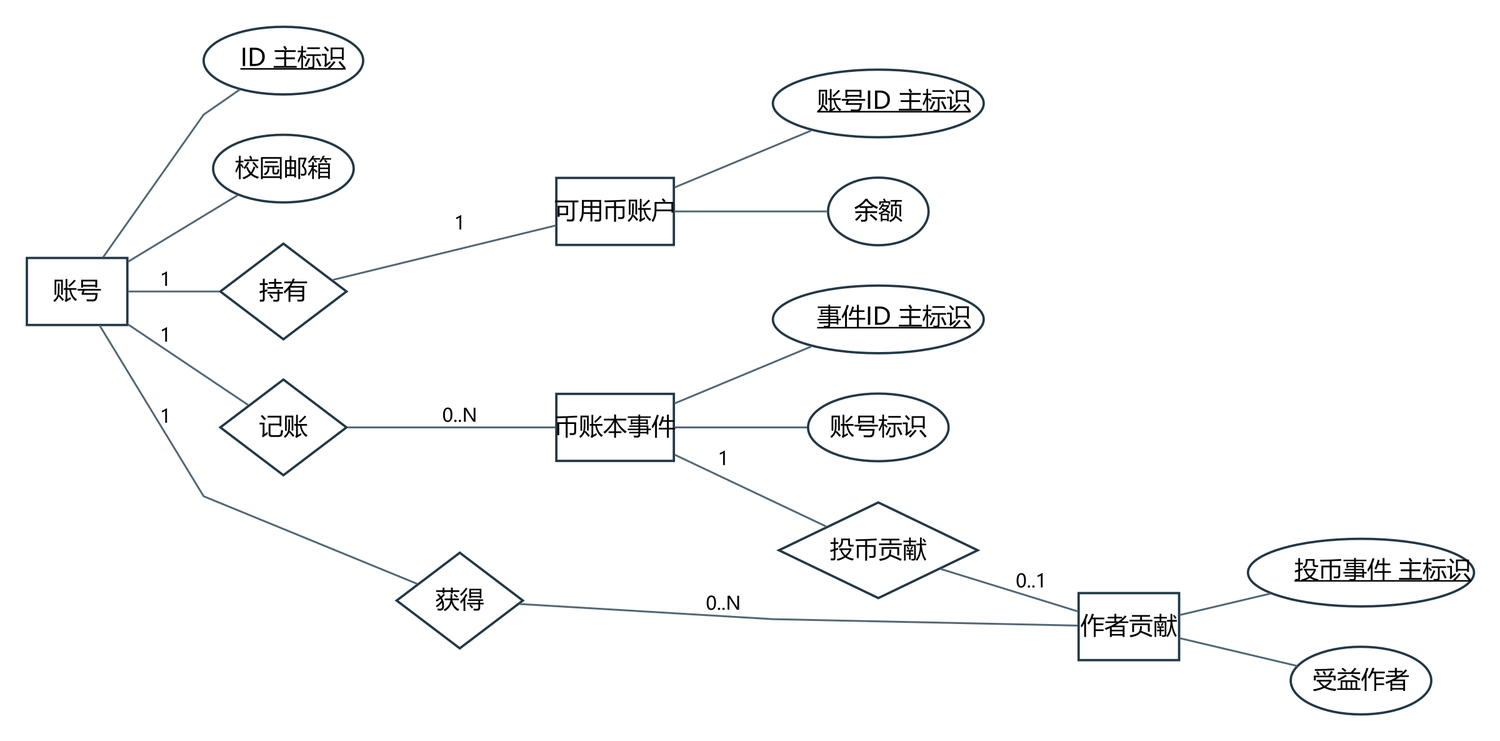
Above: docs/project/models/图表与模型/ER03B.png in jason-bitc/HZCU-CampusHub (Graphviz), before the change. Its source is kept beside it as docs/project/models/图表与模型/ER03B.dot. Its diagram source:
```dot
digraph G {
graph [rankdir=LR,nodesep=0.30,ranksep=0.48,bgcolor="white",splines=polyline,pad=0.20];
node [fontname="Microsoft YaHei",fontsize=13,color="#223846",penwidth=1.25,margin="0.10,0.07",style="rounded,filled",fillcolor="#F6F8FA"];
edge [fontname="Microsoft YaHei",fontsize=10,color="#526775",arrowsize=0.7];
"Account" [shape=box,label="账号",style="filled",fillcolor="white"];
"Wallet" [shape=box,label="可用币账户",style="filled",fillcolor="white"];
"CoinEntry" [shape=box,label="币账本事件",style="filled",fillcolor="white"];
"Contribution" [shape=box,label="作者贡献",style="filled",fillcolor="white"];
"Account_a0" [shape=ellipse,label=<<U>ID 主标识</U>>,style="filled",fillcolor="white"];
"Account_a1" [shape=ellipse,label="校园邮箱",style="filled",fillcolor="white"];
"Wallet_a0" [shape=ellipse,label=<<U>账号ID 主标识</U>>,style="filled",fillcolor="white"];
"Wallet_a1" [shape=ellipse,label="余额",style="filled",fillcolor="white"];
"CoinEntry_a0" [shape=ellipse,label=<<U>事件ID 主标识</U>>,style="filled",fillcolor="white"];
"CoinEntry_a1" [shape=ellipse,label="账号标识",style="filled",fillcolor="white"];
"Contribution_a0" [shape=ellipse,label=<<U>投币事件 主标识</U>>,style="filled",fillcolor="white"];
"Contribution_a1" [shape=ellipse,label="受益作者",style="filled",fillcolor="white"];
"rel12" [shape=diamond,label="持有",style="filled",fillcolor="white"];
"rel13" [shape=diamond,label="记账",style="filled",fillcolor="white"];
"rel14" [shape=diamond,label="投币贡献",style="filled",fillcolor="white"];
"rel15" [shape=diamond,label="获得",style="filled",fillcolor="white"];
"Account" -> "Account_a0" [label="",dir=none];
"Account" -> "Account_a1" [label="",dir=none];
"Wallet" -> "Wallet_a0" [label="",dir=none];
"Wallet" -> "Wallet_a1" [label="",dir=none];
"CoinEntry" -> "CoinEntry_a0" [label="",dir=none];
"CoinEntry" -> "CoinEntry_a1" [label="",dir=none];
"Contribution" -> "Contribution_a0" [label="",dir=none];
"Contribution" -> "Contribution_a1" [label="",dir=none];
"Account" -> "rel12" [label="1",dir=none];
"rel12" -> "Wallet" [label="1",dir=none];
"Account" -> "rel13" [label="1",dir=none];
"rel13" -> "CoinEntry" [label="0..N",dir=none];
"CoinEntry" -> "rel14" [label="1",dir=none];
"rel14" -> "Contribution" [label="0..1",dir=none];
"Account" -> "rel15" [label="1",dir=none];
"rel15" -> "Contribution" [label="0..N",dir=none];
}
```
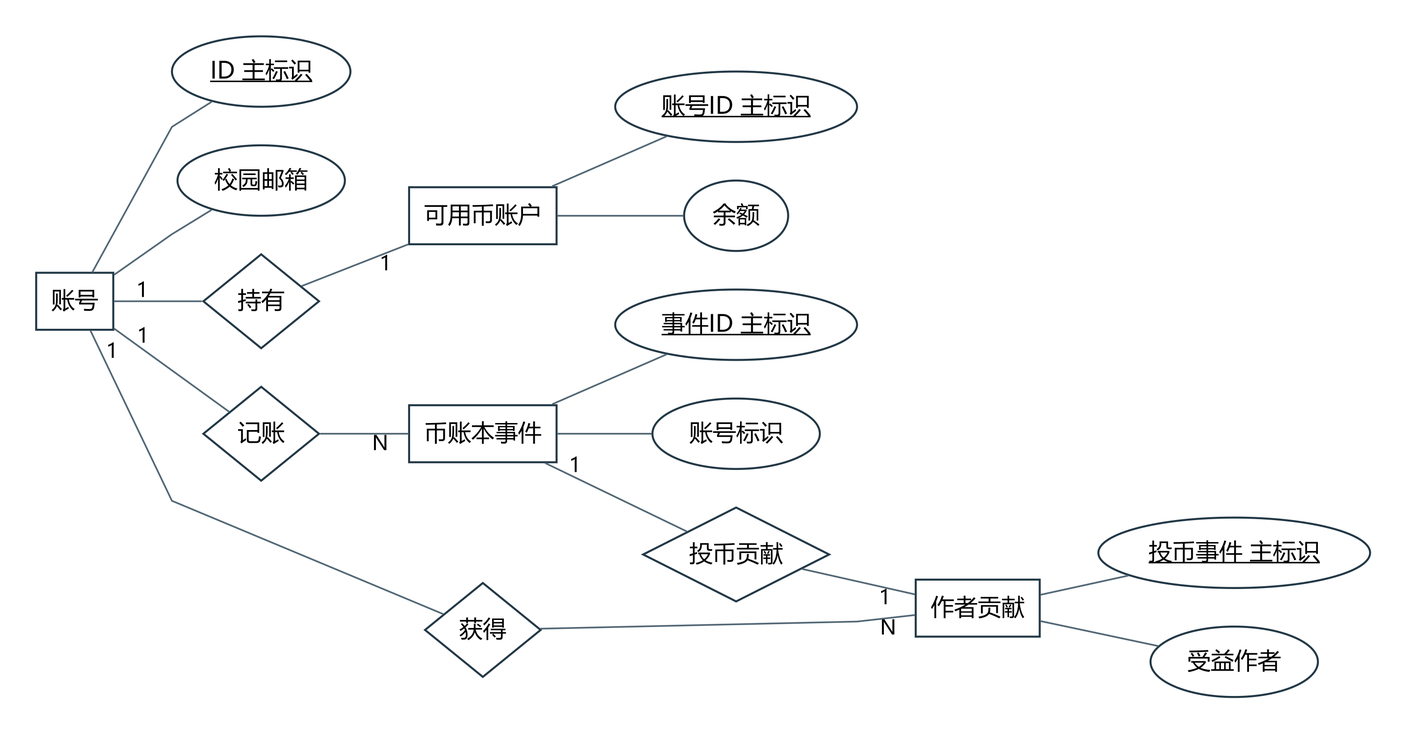
The same diagram one commit later.

What changed in the source:
```diff
@@ -1,37 +1,37 @@
 digraph G {
-graph [rankdir=LR,nodesep=0.30,ranksep=0.48,bgcolor="white",splines=polyline,pad=0.20];
-node [fontname="Microsoft YaHei",fontsize=13,color="#223846",penwidth=1.25,margin="0.10,0.07",style="rounded,filled",fillcolor="#F6F8FA"];
-edge [fontname="Microsoft YaHei",fontsize=10,color="#526775",arrowsize=0.7];
-"Account" [shape=box,label="账号",style="filled",fillcolor="white"];
-"Wallet" [shape=box,label="可用币账户",style="filled",fillcolor="white"];
-"CoinEntry" [shape=box,label="币账本事件",style="filled",fillcolor="white"];
-"Contribution" [shape=box,label="作者贡献",style="filled",fillcolor="white"];
-"Account_a0" [shape=ellipse,label=<<U>ID 主标识</U>>,style="filled",fillcolor="white"];
-"Account_a1" [shape=ellipse,label="校园邮箱",style="filled",fillcolor="white"];
-"Wallet_a0" [shape=ellipse,label=<<U>账号ID 主标识</U>>,style="filled",fillcolor="white"];
-"Wallet_a1" [shape=ellipse,label="余额",style="filled",fillcolor="white"];
-"CoinEntry_a0" [shape=ellipse,label=<<U>事件ID 主标识</U>>,style="filled",fillcolor="white"];
-"CoinEntry_a1" [shape=ellipse,label="账号标识",style="filled",fillcolor="white"];
-"Contribution_a0" [shape=ellipse,label=<<U>投币事件 主标识</U>>,style="filled",fillcolor="white"];
-"Contribution_a1" [shape=ellipse,label="受益作者",style="filled",fillcolor="white"];
-"rel12" [shape=diamond,label="持有",style="filled",fillcolor="white"];
-"rel13" [shape=diamond,label="记账",style="filled",fillcolor="white"];
-"rel14" [shape=diamond,label="投币贡献",style="filled",fillcolor="white"];
-"rel15" [shape=diamond,label="获得",style="filled",fillcolor="white"];
-"Account" -> "Account_a0" [label="",dir=none];
-"Account" -> "Account_a1" [label="",dir=none];
-"Wallet" -> "Wallet_a0" [label="",dir=none];
-"Wallet" -> "Wallet_a1" [label="",dir=none];
-"CoinEntry" -> "CoinEntry_a0" [label="",dir=none];
-"CoinEntry" -> "CoinEntry_a1" [label="",dir=none];
-"Contribution" -> "Contribution_a0" [label="",dir=none];
-"Contribution" -> "Contribution_a1" [label="",dir=none];
-"Account" -> "rel12" [label="1",dir=none];
-"rel12" -> "Wallet" [label="1",dir=none];
-"Account" -> "rel13" [label="1",dir=none];
-"rel13" -> "CoinEntry" [label="0..N",dir=none];
-"CoinEntry" -> "rel14" [label="1",dir=none];
-"rel14" -> "Contribution" [label="0..1",dir=none];
-"Account" -> "rel15" [label="1",dir=none];
-"rel15" -> "Contribution" [label="0..N",dir=none];
+graph [rankdir=LR,nodesep=0.32,ranksep=0.48,bgcolor="white",splines=polyline,pad=0.30];
+node [fontname="Microsoft YaHei",fontsize=14,color="#223846",penwidth=1.2,margin="0.10,0.08",style="filled",fillcolor="white"];
+edge [fontname="Microsoft YaHei",fontsize=12,color="#526775",dir=none];
+"Account" [shape=box,label="账号",width=0.6389,height=0.4722];
+"Wallet" [shape=box,label="可用币账户",width=1.2222,height=0.4722];
+"CoinEntry" [shape=box,label="币账本事件",width=1.2222,height=0.4722];
+"Contribution" [shape=box,label="作者贡献",width=1.0278,height=0.4722];
+"Account_a0" [shape=ellipse,label="ID 主标识",width=1.4794,height=0.5833];
+"Account_a1" [shape=ellipse,label="校园邮箱",width=1.3875,height=0.5833];
+"Wallet_a0" [shape=ellipse,label="账号ID 主标识",width=2.0044,height=0.5833];
+"Wallet_a1" [shape=ellipse,label="余额",width=0.8625,height=0.5833];
+"CoinEntry_a0" [shape=ellipse,label="事件ID 主标识",width=2.0044,height=0.5833];
+"CoinEntry_a1" [shape=ellipse,label="账号标识",width=1.3875,height=0.5833];
+"Contribution_a0" [shape=ellipse,label="投币事件 主标识",width=2.2519,height=0.5833];
+"Contribution_a1" [shape=ellipse,label="受益作者",width=1.3875,height=0.5833];
+"rel12" [shape=diamond,label="持有",width=0.9583,height=0.7778];
+"rel13" [shape=diamond,label="记账",width=0.9583,height=0.7778];
+"rel14" [shape=diamond,label="投币贡献",width=1.5417,height=0.7778];
+"rel15" [shape=diamond,label="获得",width=0.9583,height=0.7778];
+"Account" -> "Account_a0" [label="",labeldistance=1.8,labelangle=20,dir=none];
+"Account" -> "Account_a1" [label="",labeldistance=1.8,labelangle=20,dir=none];
+"Wallet" -> "Wallet_a0" [label="",labeldistance=1.8,labelangle=20,dir=none];
+"Wallet" -> "Wallet_a1" [label="",labeldistance=1.8,labelangle=20,dir=none];
+"CoinEntry" -> "CoinEntry_a0" [label="",labeldistance=1.8,labelangle=20,dir=none];
+"CoinEntry" -> "CoinEntry_a1" [label="",labeldistance=1.8,labelangle=20,dir=none];
+"Contribution" -> "Contribution_a0" [label="",labeldistance=1.8,labelangle=20,dir=none];
+"Contribution" -> "Contribution_a1" [label="",labeldistance=1.8,labelangle=20,dir=none];
+"Account" -> "rel12" [taillabel="1",labeldistance=1.8,labelangle=20,dir=none];
+"rel12" -> "Wallet" [headlabel="1",labeldistance=1.8,labelangle=20,dir=none];
+"Account" -> "rel13" [taillabel="1",labeldistance=1.8,labelangle=20,dir=none];
+"rel13" -> "CoinEntry" [headlabel="N",labeldistance=1.8,labelangle=20,dir=none];
+"CoinEntry" -> "rel14" [taillabel="1",labeldistance=1.8,labelangle=20,dir=none];
+"rel14" -> "Contribution" [headlabel="1",labeldistance=1.8,labelangle=20,dir=none];
+"Account" -> "rel15" [taillabel="1",labeldistance=1.8,labelangle=20,dir=none];
+"rel15" -> "Contribution" [headlabel="N",labeldistance=1.8,labelangle=20,dir=none];
 }
```
